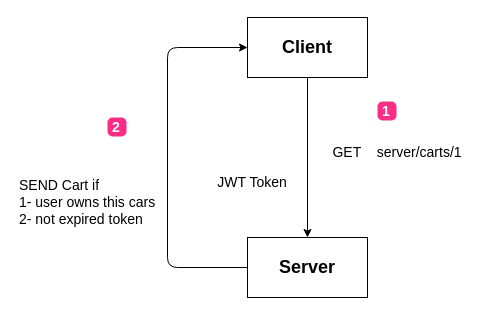
This is Diagrams/Auth/AuthDiagram2.drawio from abdulrahman3mad/Shopex-Shopping, a draw.io file, before an edit. Source tidied: cells renumbered, new cells numbered last; positions are measured from the earlier drawing's top-left corner, leaving out a move shared by most shapes. Both pictures are drawn from the tidied source at 100%, with x=0, y=0 at pixel (17, 17).
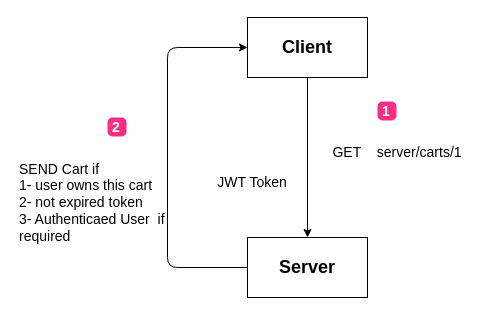
Above is the later version.

Change to the diagram source:
```diff
@@
 <mxGraphModel>
   <root>
     <mxCell id="0" />
     <mxCell id="1" parent="0" />
     <mxCell id="2" style="edgeStyle=none;html=1;fontSize=14;entryX=0;entryY=0.5;entryDx=0;entryDy=0;" parent="1" edge="1" source="3" target="7">
       <mxGeometry relative="1" as="geometry">
         <Array as="points">
           <mxPoint x="150" y="250" />
           <mxPoint x="150" y="30" />
         </Array>
       </mxGeometry>
     </mxCell>
     <mxCell id="3" value="&lt;b&gt;&lt;font style=&quot;font-size: 18px&quot;&gt;Server&lt;/font&gt;&lt;/b&gt;" style="rounded=0;whiteSpace=wrap;html=1;" parent="1" vertex="1">
       <mxGeometry x="230" y="220" width="120" height="60" as="geometry" />
     </mxCell>
     <mxCell id="4" value="JWT Token" style="text;html=1;strokeColor=none;fillColor=none;align=center;verticalAlign=middle;whiteSpace=wrap;rounded=0;fontSize=14;" parent="1" vertex="1">
       <mxGeometry x="180" y="150" width="110" height="30" as="geometry" />
     </mxCell>
     <mxCell id="5" style="endArrow=classic;html=1;entryX=0.5;entryY=0;entryDx=0;entryDy=0;" parent="1" edge="1" target="3">
       <mxGeometry relative="1" as="geometry">
         <mxPoint x="290" y="60" as="sourcePoint" />
       </mxGeometry>
     </mxCell>
     <mxCell id="6" value="GET&amp;nbsp; &amp;nbsp; server/carts/1" style="text;html=1;strokeColor=none;fillColor=none;align=center;verticalAlign=middle;whiteSpace=wrap;rounded=0;fontSize=14;" parent="1" vertex="1">
       <mxGeometry x="310" y="120" width="140" height="30" as="geometry" />
     </mxCell>
     <mxCell id="7" value="&lt;b&gt;&lt;font style=&quot;font-size: 18px&quot;&gt;Client&lt;/font&gt;&lt;/b&gt;" style="rounded=0;whiteSpace=wrap;html=1;" parent="1" vertex="1">
       <mxGeometry x="230" width="120" height="60" as="geometry" />
     </mxCell>
-    <mxCell id="8" value="SEND Cart if&amp;nbsp;&lt;br&gt;1- user owns this cars&lt;br&gt;2- not expired token" style="text;html=1;strokeColor=none;fillColor=none;align=left;verticalAlign=middle;whiteSpace=wrap;rounded=0;fontSize=14;" parent="1" vertex="1">
+    <mxCell id="8" value="SEND Cart if&amp;nbsp;&lt;br&gt;1- user owns this cart&lt;br&gt;2- not expired token&lt;br&gt;3- Authenticaed User&amp;nbsp; if required&amp;nbsp;" style="text;html=1;strokeColor=none;fillColor=none;align=left;verticalAlign=middle;whiteSpace=wrap;rounded=0;fontSize=14;" parent="1" vertex="1">
       <mxGeometry y="170" width="160" height="30" as="geometry" />
     </mxCell>
     <mxCell id="9" value="1" style="html=1;shadow=0;dashed=0;shape=mxgraph.bootstrap.rrect;rSize=5;strokeColor=none;strokeWidth=1;fillColor=#FB2E86;fontColor=#FFFFFF;whiteSpace=wrap;align=left;verticalAlign=middle;spacingLeft=0;fontStyle=1;fontSize=14;spacing=5;" parent="1" vertex="1">
       <mxGeometry x="360" y="84" width="19" height="19" as="geometry" />
     </mxCell>
     <mxCell id="10" value="2" style="html=1;shadow=0;dashed=0;shape=mxgraph.bootstrap.rrect;rSize=5;strokeColor=none;strokeWidth=1;fillColor=#FB2E86;fontColor=#FFFFFF;whiteSpace=wrap;align=left;verticalAlign=middle;spacingLeft=0;fontStyle=1;fontSize=14;spacing=5;" parent="1" vertex="1">
       <mxGeometry x="90" y="100" width="19" height="19" as="geometry" />
     </mxCell>
   </root>
 </mxGraphModel>
```
